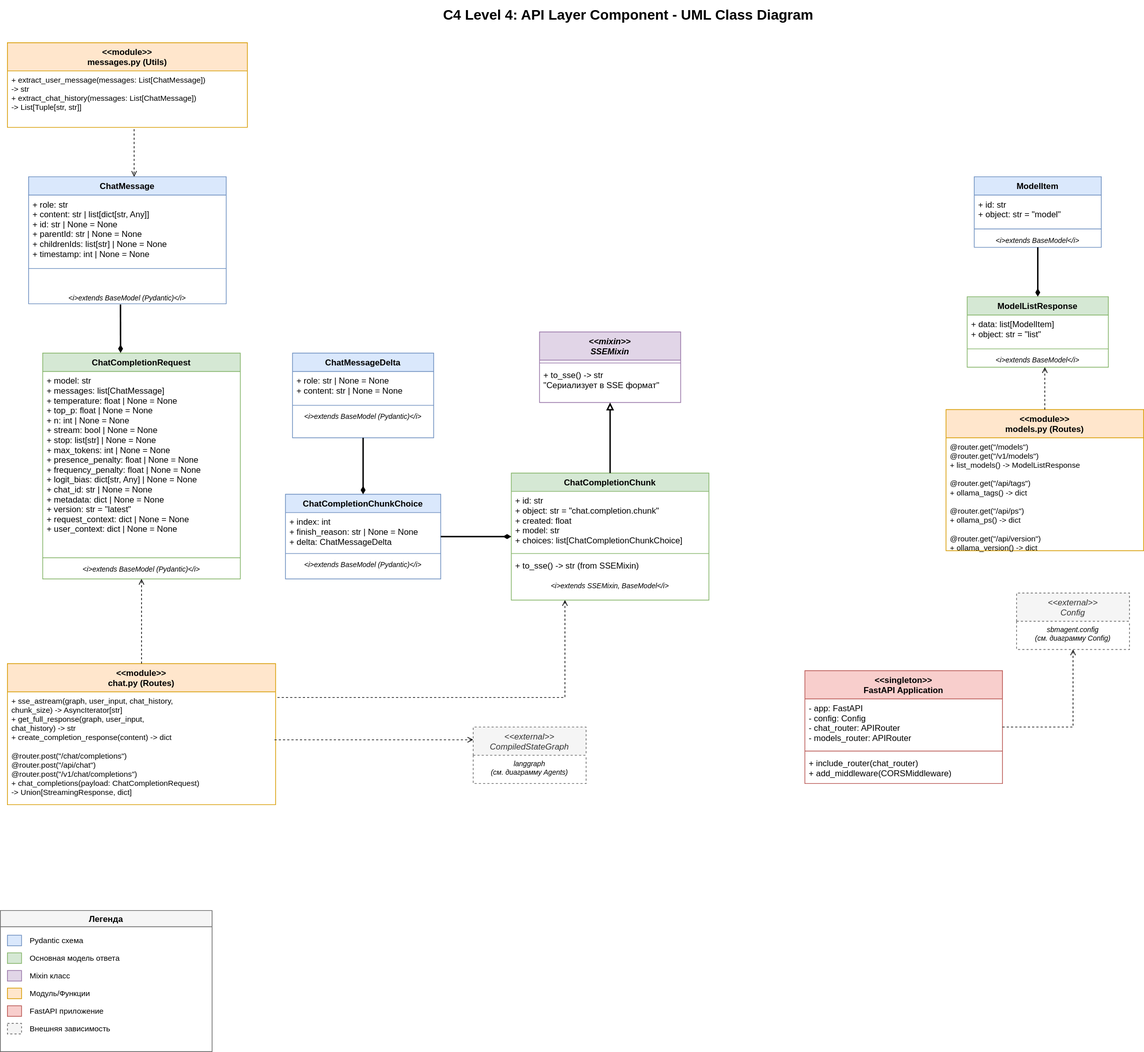
Above: ProjectAPILayerUML.drawio.svg in pavel-collab/Agentic-system-images (draw.io), before the change. Source tidied: cells renumbered, new cells last; positions are measured from the earlier drawing's top-left corner, leaving out a move shared by most shapes.
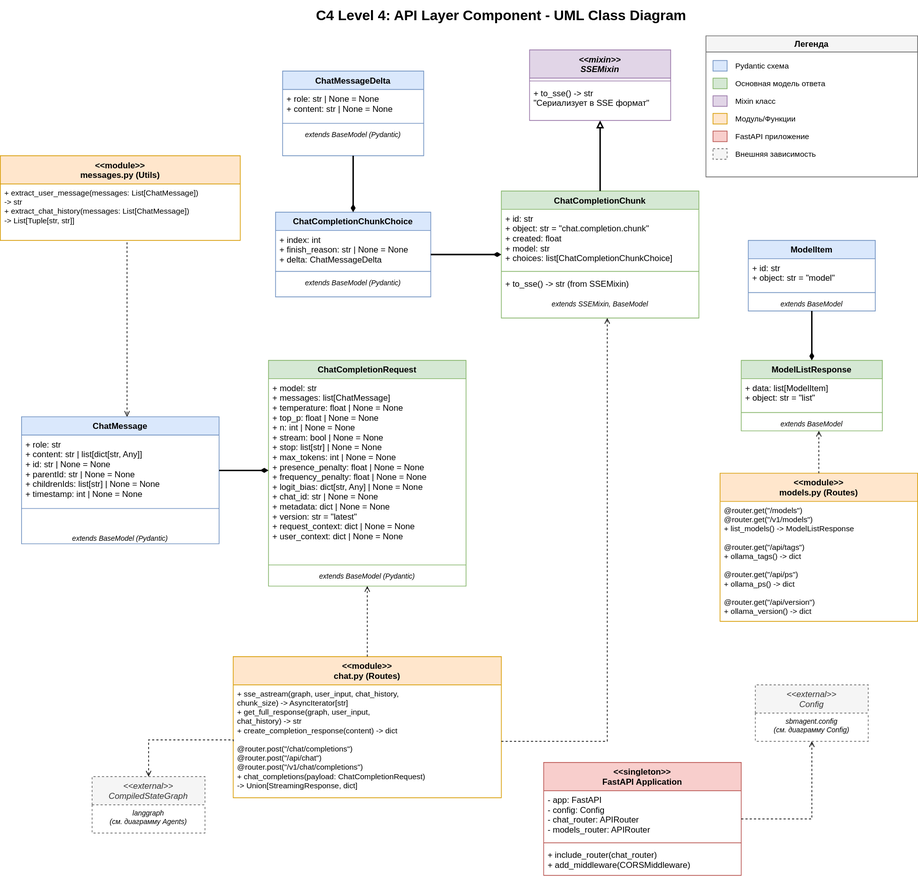
After the commit.

What changed in the source:
```diff
@@ -8,3 +8,3 @@
     <mxCell id="3" value="ChatMessage" style="swimlane;fontStyle=1;align=center;verticalAlign=top;horizontal=1;startSize=26;fillColor=#dae8fc;strokeColor=#6c8ebf;" parent="1" vertex="1">
-      <mxGeometry x="40" y="250" width="280" height="180" as="geometry" />
+      <mxGeometry x="210" y="590" width="280" height="180" as="geometry" />
     </mxCell>
@@ -19,3 +19,3 @@
     </mxCell>
-    <mxCell id="7" value="&lt;i&gt;extends BaseModel (Pydantic)&lt;/i&gt;" style="text;strokeColor=none;fillColor=none;align=center;verticalAlign=top;spacingLeft=4;spacingRight=4;overflow=hidden;points=[[0,0.5],[1,0.5]];portConstraint=eastwest;fontStyle=2;fontSize=10;" parent="3" vertex="1">
+    <mxCell id="7" value="extends BaseModel (Pydantic)" style="text;strokeColor=none;fillColor=none;align=center;verticalAlign=top;spacingLeft=4;spacingRight=4;overflow=hidden;points=[[0,0.5],[1,0.5]];portConstraint=eastwest;fontStyle=2;fontSize=10;" parent="3" vertex="1">
       <mxGeometry y="160" width="280" height="20" as="geometry" />
@@ -23,3 +23,3 @@
     <mxCell id="8" value="ChatMessageDelta" style="swimlane;fontStyle=1;align=center;verticalAlign=top;horizontal=1;startSize=26;fillColor=#dae8fc;strokeColor=#6c8ebf;" parent="1" vertex="1">
-      <mxGeometry x="414" y="500" width="200" height="120" as="geometry" />
+      <mxGeometry x="580" y="100" width="200" height="120" as="geometry" />
     </mxCell>
@@ -31,3 +31,3 @@
     </mxCell>
-    <mxCell id="11" value="&lt;i&gt;extends BaseModel (Pydantic)&lt;/i&gt;" style="text;strokeColor=none;fillColor=none;align=center;verticalAlign=top;spacingLeft=4;spacingRight=4;overflow=hidden;fontStyle=2;fontSize=10;" parent="8" vertex="1">
+    <mxCell id="11" value="extends BaseModel (Pydantic)" style="text;strokeColor=none;fillColor=none;align=center;verticalAlign=top;spacingLeft=4;spacingRight=4;overflow=hidden;fontStyle=2;fontSize=10;" parent="8" vertex="1">
       <mxGeometry y="78" width="200" height="42" as="geometry" />
@@ -35,3 +35,3 @@
     <mxCell id="12" value="ChatCompletionRequest" style="swimlane;fontStyle=1;align=center;verticalAlign=top;horizontal=1;startSize=26;fillColor=#d5e8d4;strokeColor=#82b366;" parent="1" vertex="1">
-      <mxGeometry x="60" y="500" width="280" height="320" as="geometry" />
+      <mxGeometry x="560" y="510" width="280" height="320" as="geometry" />
     </mxCell>
@@ -43,3 +43,3 @@
     </mxCell>
-    <mxCell id="15" value="&lt;i&gt;extends BaseModel (Pydantic)&lt;/i&gt;" style="text;strokeColor=none;fillColor=none;align=center;verticalAlign=top;spacingLeft=4;spacingRight=4;overflow=hidden;fontStyle=2;fontSize=10;" parent="12" vertex="1">
+    <mxCell id="15" value="extends BaseModel (Pydantic)" style="text;strokeColor=none;fillColor=none;align=center;verticalAlign=top;spacingLeft=4;spacingRight=4;overflow=hidden;fontStyle=2;fontSize=10;" parent="12" vertex="1">
       <mxGeometry y="294" width="280" height="26" as="geometry" />
@@ -47,3 +47,3 @@
     <mxCell id="16" value="&lt;&lt;mixin&gt;&gt;&#10;SSEMixin" style="swimlane;fontStyle=3;align=center;verticalAlign=top;horizontal=1;startSize=40;fillColor=#e1d5e7;strokeColor=#9673a6;" parent="1" vertex="1">
-      <mxGeometry x="764" y="470" width="200" height="100" as="geometry" />
+      <mxGeometry x="930" y="70" width="200" height="100" as="geometry" />
     </mxCell>
@@ -56,3 +56,3 @@
     <mxCell id="19" value="ChatCompletionChunkChoice" style="swimlane;fontStyle=1;align=center;verticalAlign=top;horizontal=1;startSize=26;fillColor=#dae8fc;strokeColor=#6c8ebf;" parent="1" vertex="1">
-      <mxGeometry x="404" y="700" width="220" height="120" as="geometry" />
+      <mxGeometry x="570" y="300" width="220" height="120" as="geometry" />
     </mxCell>
@@ -64,3 +64,3 @@
     </mxCell>
-    <mxCell id="22" value="&lt;i&gt;extends BaseModel (Pydantic)&lt;/i&gt;" style="text;strokeColor=none;fillColor=none;align=center;verticalAlign=top;spacingLeft=4;spacingRight=4;overflow=hidden;fontStyle=2;fontSize=10;" parent="19" vertex="1">
+    <mxCell id="22" value="extends BaseModel (Pydantic)" style="text;strokeColor=none;fillColor=none;align=center;verticalAlign=top;spacingLeft=4;spacingRight=4;overflow=hidden;fontStyle=2;fontSize=10;" parent="19" vertex="1">
       <mxGeometry y="88" width="220" height="32" as="geometry" />
@@ -68,3 +68,3 @@
     <mxCell id="23" value="ChatCompletionChunk" style="swimlane;fontStyle=1;align=center;verticalAlign=top;horizontal=1;startSize=26;fillColor=#d5e8d4;strokeColor=#82b366;" parent="1" vertex="1">
-      <mxGeometry x="724" y="670" width="280" height="180" as="geometry" />
+      <mxGeometry x="890" y="270" width="280" height="180" as="geometry" />
     </mxCell>
@@ -79,3 +79,3 @@
     </mxCell>
-    <mxCell id="27" value="&lt;i&gt;extends SSEMixin, BaseModel&lt;/i&gt;" style="text;strokeColor=none;fillColor=none;align=center;verticalAlign=top;spacingLeft=4;spacingRight=4;overflow=hidden;fontStyle=2;fontSize=10;" parent="23" vertex="1">
+    <mxCell id="27" value="extends SSEMixin, BaseModel" style="text;strokeColor=none;fillColor=none;align=center;verticalAlign=top;spacingLeft=4;spacingRight=4;overflow=hidden;fontStyle=2;fontSize=10;" parent="23" vertex="1">
       <mxGeometry y="148" width="280" height="32" as="geometry" />
@@ -83,3 +83,3 @@
     <mxCell id="28" value="ModelItem" style="swimlane;fontStyle=1;align=center;verticalAlign=top;horizontal=1;startSize=26;fillColor=#dae8fc;strokeColor=#6c8ebf;" parent="1" vertex="1">
-      <mxGeometry x="1380" y="250" width="180" height="100" as="geometry" />
+      <mxGeometry x="1240" y="340" width="180" height="100" as="geometry" />
     </mxCell>
@@ -91,3 +91,3 @@
     </mxCell>
-    <mxCell id="31" value="&lt;i&gt;extends BaseModel&lt;/i&gt;" style="text;strokeColor=none;fillColor=none;align=center;verticalAlign=top;spacingLeft=4;spacingRight=4;overflow=hidden;fontStyle=2;fontSize=10;" parent="28" vertex="1">
+    <mxCell id="31" value="extends BaseModel" style="text;strokeColor=none;fillColor=none;align=center;verticalAlign=top;spacingLeft=4;spacingRight=4;overflow=hidden;fontStyle=2;fontSize=10;" parent="28" vertex="1">
       <mxGeometry y="78" width="180" height="22" as="geometry" />
@@ -95,3 +95,3 @@
     <mxCell id="32" value="ModelListResponse" style="swimlane;fontStyle=1;align=center;verticalAlign=top;horizontal=1;startSize=26;fillColor=#d5e8d4;strokeColor=#82b366;" parent="1" vertex="1">
-      <mxGeometry x="1370" y="420" width="200" height="100" as="geometry" />
+      <mxGeometry x="1230" y="510" width="200" height="100" as="geometry" />
     </mxCell>
@@ -103,3 +103,3 @@
     </mxCell>
-    <mxCell id="35" value="&lt;i&gt;extends BaseModel&lt;/i&gt;" style="text;strokeColor=none;fillColor=none;align=center;verticalAlign=top;spacingLeft=4;spacingRight=4;overflow=hidden;fontStyle=2;fontSize=10;" parent="32" vertex="1">
+    <mxCell id="35" value="extends BaseModel" style="text;strokeColor=none;fillColor=none;align=center;verticalAlign=top;spacingLeft=4;spacingRight=4;overflow=hidden;fontStyle=2;fontSize=10;" parent="32" vertex="1">
       <mxGeometry y="78" width="200" height="22" as="geometry" />
@@ -107,3 +107,3 @@
     <mxCell id="36" value="&lt;&lt;module&gt;&gt;&#10;chat.py (Routes)" style="swimlane;fontStyle=1;align=center;verticalAlign=top;horizontal=1;startSize=40;fillColor=#ffe6cc;strokeColor=#d79b00;" parent="1" vertex="1">
-      <mxGeometry x="10" y="940" width="380" height="200" as="geometry" />
+      <mxGeometry x="510" y="930" width="380" height="200" as="geometry" />
     </mxCell>
@@ -113,9 +113,9 @@
     <mxCell id="38" value="&lt;&lt;module&gt;&gt;&#10;models.py (Routes)" style="swimlane;fontStyle=1;align=center;verticalAlign=top;horizontal=1;startSize=40;fillColor=#ffe6cc;strokeColor=#d79b00;" parent="1" vertex="1">
-      <mxGeometry x="1340" y="580" width="280" height="200" as="geometry" />
+      <mxGeometry x="1200" y="670" width="280" height="210" as="geometry" />
     </mxCell>
     <mxCell id="39" value="@router.get(&quot;/models&quot;)&#10;@router.get(&quot;/v1/models&quot;)&#10;+ list_models() -&gt; ModelListResponse&#10;&#10;@router.get(&quot;/api/tags&quot;)&#10;+ ollama_tags() -&gt; dict&#10;&#10;@router.get(&quot;/api/ps&quot;)&#10;+ ollama_ps() -&gt; dict&#10;&#10;@router.get(&quot;/api/version&quot;)&#10;+ ollama_version() -&gt; dict" style="text;strokeColor=none;fillColor=none;align=left;verticalAlign=top;spacingLeft=4;spacingRight=4;overflow=hidden;fontSize=11;" parent="38" vertex="1">
-      <mxGeometry y="40" width="280" height="160" as="geometry" />
+      <mxGeometry y="40" width="280" height="170" as="geometry" />
     </mxCell>
     <mxCell id="40" value="&lt;&lt;module&gt;&gt;&#10;messages.py (Utils)" style="swimlane;fontStyle=1;align=center;verticalAlign=top;horizontal=1;startSize=40;fillColor=#ffe6cc;strokeColor=#d79b00;" parent="1" vertex="1">
-      <mxGeometry x="10" y="60" width="340" height="120" as="geometry" />
+      <mxGeometry x="180" y="220" width="340" height="120" as="geometry" />
     </mxCell>
@@ -125,3 +125,3 @@
     <mxCell id="42" value="&lt;&lt;singleton&gt;&gt;&#10;FastAPI Application" style="swimlane;fontStyle=1;align=center;verticalAlign=top;horizontal=1;startSize=40;fillColor=#f8cecc;strokeColor=#b85450;" parent="1" vertex="1">
-      <mxGeometry x="1140" y="950" width="280" height="160" as="geometry" />
+      <mxGeometry x="950" y="1080" width="280" height="160" as="geometry" />
     </mxCell>
@@ -137,3 +137,3 @@
     <mxCell id="46" value="&lt;&lt;external&gt;&gt;&#10;CompiledStateGraph" style="swimlane;fontStyle=2;align=center;verticalAlign=top;horizontal=1;startSize=40;fillColor=#f5f5f5;strokeColor=#666666;fontColor=#333333;dashed=1;" parent="1" vertex="1">
-      <mxGeometry x="670" y="1030" width="160" height="80" as="geometry" />
+      <mxGeometry x="310" y="1100" width="160" height="80" as="geometry" />
     </mxCell>
@@ -143,3 +143,3 @@
     <mxCell id="48" value="&lt;&lt;external&gt;&gt;&#10;Config" style="swimlane;fontStyle=2;align=center;verticalAlign=top;horizontal=1;startSize=40;fillColor=#f5f5f5;strokeColor=#666666;fontColor=#333333;dashed=1;" parent="1" vertex="1">
-      <mxGeometry x="1440" y="840" width="160" height="80" as="geometry" />
+      <mxGeometry x="1250" y="970" width="160" height="80" as="geometry" />
     </mxCell>
@@ -166,6 +166,6 @@
     </mxCell>
-    <mxCell id="56" style="edgeStyle=orthogonalEdgeStyle;rounded=0;jettySize=auto;html=1;dashed=1;endArrow=open;endFill=0;strokeWidth=1;exitX=1.007;exitY=0.05;exitDx=0;exitDy=0;exitPerimeter=0;" parent="1" edge="1" source="37" target="23">
+    <mxCell id="56" style="edgeStyle=orthogonalEdgeStyle;rounded=0;jettySize=auto;html=1;dashed=1;endArrow=open;endFill=0;strokeWidth=1;exitX=1;exitY=0.5;exitDx=0;exitDy=0;" parent="1" edge="1" source="37" target="23">
       <mxGeometry relative="1" as="geometry">
         <Array as="points">
-          <mxPoint x="800" y="988" />
+          <mxPoint x="1040" y="1050" />
         </Array>
@@ -176,4 +176,4 @@
         <Array as="points">
-          <mxPoint x="1480" y="460" />
-          <mxPoint x="1480" y="460" />
+          <mxPoint x="1340" y="550" />
+          <mxPoint x="1340" y="550" />
         </Array>
@@ -184,4 +184,4 @@
         <Array as="points">
-          <mxPoint x="190" y="220" />
-          <mxPoint x="190" y="220" />
+          <mxPoint x="360" y="510" />
+          <mxPoint x="360" y="510" />
         </Array>
@@ -189,7 +189,7 @@
     </mxCell>
-    <mxCell id="59" style="edgeStyle=orthogonalEdgeStyle;rounded=0;jettySize=auto;html=1;dashed=1;endArrow=open;endFill=0;strokeWidth=1;exitX=0.996;exitY=0.425;exitDx=0;exitDy=0;exitPerimeter=0;" parent="1" edge="1" source="37" target="46">
+    <mxCell id="59" style="edgeStyle=orthogonalEdgeStyle;rounded=0;jettySize=auto;html=1;dashed=1;endArrow=open;endFill=0;strokeWidth=1;exitX=0;exitY=0.5;exitDx=0;exitDy=0;" parent="1" edge="1" source="37" target="46">
       <mxGeometry relative="1" as="geometry">
         <Array as="points">
-          <mxPoint x="590" y="1048" />
-          <mxPoint x="590" y="1048" />
+          <mxPoint x="510" y="1048" />
+          <mxPoint x="390" y="1048" />
         </Array>
@@ -198,3 +198,3 @@
     <mxCell id="60" value="Легенда" style="swimlane;startSize=23;fillColor=#f5f5f5;strokeColor=#666666;" parent="1" vertex="1">
-      <mxGeometry y="1290" width="300" height="200" as="geometry" />
+      <mxGeometry x="1180" y="50" width="300" height="200" as="geometry" />
     </mxCell>
@@ -236,3 +236,3 @@
     </mxCell>
-    <mxCell id="73" style="endArrow=diamondThin;html=1;rounded=0;endFill=1;strokeWidth=2;exitX=0.465;exitY=1.054;exitDx=0;exitDy=0;exitPerimeter=0;entryX=0.394;entryY=-0.001;entryDx=0;entryDy=0;entryPerimeter=0;" parent="1" edge="1" source="7" target="12">
+    <mxCell id="73" style="endArrow=diamondThin;html=1;rounded=0;endFill=1;strokeWidth=2;exitX=1;exitY=0.5;exitDx=0;exitDy=0;entryX=0;entryY=0.5;entryDx=0;entryDy=0;" parent="1" edge="1" source="4" target="13">
       <mxGeometry relative="1" as="geometry" />
```
